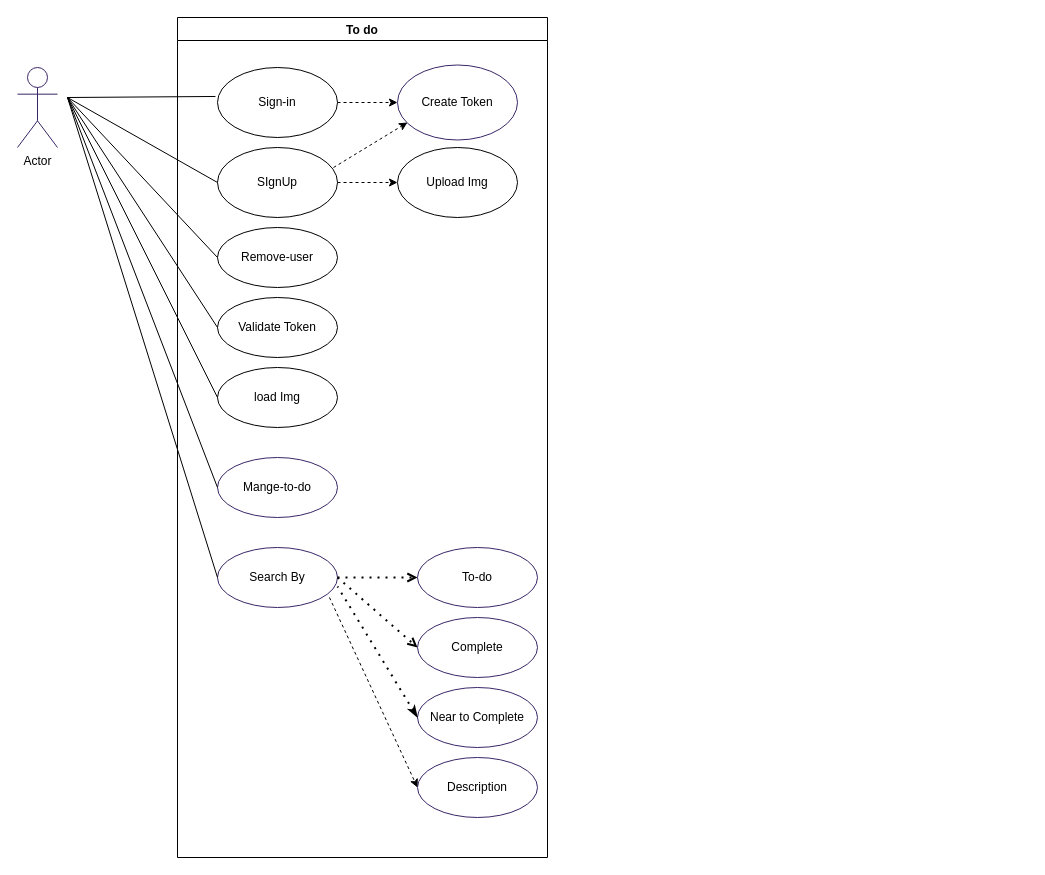
Earlier version of the draw.io diagram page "UseCase" (1 of 5) of Arquitecture/To-do-arquitecture.drawio (lectrapb/to-do-app). Source tidied: cells renumbered, new cells numbered last; positions are measured from the earlier drawing's top-left corner, leaving out a move shared by most shapes. Both pictures are drawn from the tidied source at 100%, with x=0, y=0 at pixel (17, 17).
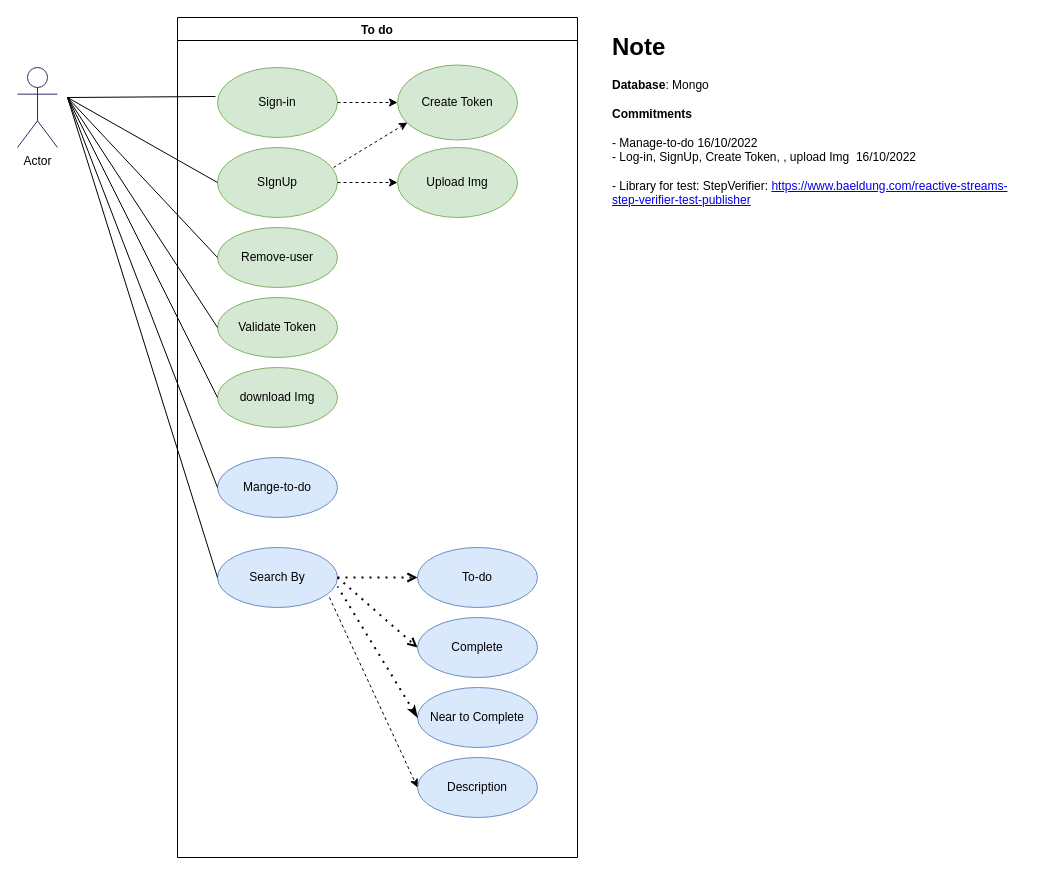
The same diagram, later.

What changed in the source:
```diff
@@
     <mxCell id="2" value="To do" style="swimlane;" parent="1" vertex="1">
-      <mxGeometry x="160" width="370" height="840" as="geometry" />
+      <mxGeometry x="160" width="400" height="840" as="geometry" />
     </mxCell>
-    <mxCell id="3" value="Sign-in" style="ellipse;whiteSpace=wrap;html=1;" parent="2" vertex="1">
+    <mxCell id="3" value="Sign-in" style="ellipse;whiteSpace=wrap;html=1;fillColor=#d5e8d4;strokeColor=#82b366;" parent="2" vertex="1">
       <mxGeometry x="40" y="50" width="120" height="70" as="geometry" />
     </mxCell>
-    <mxCell id="4" value="SIgnUp" style="ellipse;whiteSpace=wrap;html=1;" parent="2" vertex="1">
+    <mxCell id="4" value="SIgnUp" style="ellipse;whiteSpace=wrap;html=1;fillColor=#d5e8d4;strokeColor=#82b366;" parent="2" vertex="1">
       <mxGeometry x="40" y="130" width="120" height="70" as="geometry" />
     </mxCell>
-    <mxCell id="5" value="Validate Token" style="ellipse;whiteSpace=wrap;html=1;" parent="2" vertex="1">
+    <mxCell id="5" value="Validate Token" style="ellipse;whiteSpace=wrap;html=1;fillColor=#d5e8d4;strokeColor=#82b366;" parent="2" vertex="1">
       <mxGeometry x="40" y="280" width="120" height="60" as="geometry" />
     </mxCell>
-    <mxCell id="6" value="Create Token" style="ellipse;whiteSpace=wrap;html=1;strokeColor=#392666;" parent="2" vertex="1">
+    <mxCell id="6" value="Create Token" style="ellipse;whiteSpace=wrap;html=1;strokeColor=#82b366;fillColor=#d5e8d4;" parent="2" vertex="1">
       <mxGeometry x="220" y="47.5" width="120" height="75" as="geometry" />
     </mxCell>
-    <mxCell id="7" value="Upload Img" style="ellipse;whiteSpace=wrap;html=1;" parent="2" vertex="1">
+    <mxCell id="7" value="Upload Img" style="ellipse;whiteSpace=wrap;html=1;fillColor=#d5e8d4;strokeColor=#82b366;" parent="2" vertex="1">
       <mxGeometry x="220" y="130" width="120" height="70" as="geometry" />
     </mxCell>
-    <mxCell id="8" value="load Img" style="ellipse;whiteSpace=wrap;html=1;" parent="2" vertex="1">
+    <mxCell id="8" value="download Img" style="ellipse;whiteSpace=wrap;html=1;fillColor=#d5e8d4;strokeColor=#82b366;" parent="2" vertex="1">
       <mxGeometry x="40" y="350" width="120" height="60" as="geometry" />
     </mxCell>
@@
-    <mxCell id="12" value="Mange-to-do" style="ellipse;whiteSpace=wrap;html=1;strokeColor=#392666;" parent="2" vertex="1">
+    <mxCell id="12" value="Mange-to-do" style="ellipse;whiteSpace=wrap;html=1;strokeColor=#6c8ebf;fillColor=#dae8fc;" parent="2" vertex="1">
       <mxGeometry x="40" y="440" width="120" height="60" as="geometry" />
     </mxCell>
-    <mxCell id="13" value="Remove-user" style="ellipse;whiteSpace=wrap;html=1;" parent="2" vertex="1">
+    <mxCell id="13" value="Remove-user" style="ellipse;whiteSpace=wrap;html=1;fillColor=#d5e8d4;strokeColor=#82b366;" parent="2" vertex="1">
       <mxGeometry x="40" y="210" width="120" height="60" as="geometry" />
     </mxCell>
-    <mxCell id="14" value="Search By" style="ellipse;whiteSpace=wrap;html=1;strokeColor=#392666;" parent="2" vertex="1">
+    <mxCell id="14" value="Search By" style="ellipse;whiteSpace=wrap;html=1;strokeColor=#6c8ebf;fillColor=#dae8fc;" parent="2" vertex="1">
       <mxGeometry x="40" y="530" width="120" height="60" as="geometry" />
     </mxCell>
-    <mxCell id="15" value="To-do" style="ellipse;whiteSpace=wrap;html=1;strokeColor=#392666;" parent="2" vertex="1">
+    <mxCell id="15" value="To-do" style="ellipse;whiteSpace=wrap;html=1;strokeColor=#6c8ebf;fillColor=#dae8fc;" parent="2" vertex="1">
       <mxGeometry x="240" y="530" width="120" height="60" as="geometry" />
     </mxCell>
-    <mxCell id="16" value="Complete" style="ellipse;whiteSpace=wrap;html=1;strokeColor=#392666;" parent="2" vertex="1">
+    <mxCell id="16" value="Complete" style="ellipse;whiteSpace=wrap;html=1;strokeColor=#6c8ebf;fillColor=#dae8fc;" parent="2" vertex="1">
       <mxGeometry x="240" y="600" width="120" height="60" as="geometry" />
     </mxCell>
-    <mxCell id="17" value="Near to Complete" style="ellipse;whiteSpace=wrap;html=1;strokeColor=#392666;" parent="2" vertex="1">
+    <mxCell id="17" value="Near to Complete" style="ellipse;whiteSpace=wrap;html=1;strokeColor=#6c8ebf;fillColor=#dae8fc;" parent="2" vertex="1">
       <mxGeometry x="240" y="670" width="120" height="60" as="geometry" />
     </mxCell>
-    <mxCell id="18" value="Description" style="ellipse;whiteSpace=wrap;html=1;strokeColor=#392666;" parent="2" vertex="1">
+    <mxCell id="18" value="Description" style="ellipse;whiteSpace=wrap;html=1;strokeColor=#6c8ebf;fillColor=#dae8fc;" parent="2" vertex="1">
       <mxGeometry x="240" y="740" width="120" height="60" as="geometry" />
     </mxCell>
@@
+    <mxCell id="31" value="&lt;h1&gt;Note&lt;/h1&gt;&lt;div&gt;&lt;b&gt;Database&lt;/b&gt;: Mongo&lt;/div&gt;&lt;div&gt;&lt;br&gt;&lt;/div&gt;&lt;div&gt;&lt;b&gt;Commitments&lt;/b&gt;&lt;/div&gt;&lt;div&gt;&lt;span style=&quot;background-color: initial;&quot;&gt;&lt;br&gt;&lt;/span&gt;&lt;/div&gt;&lt;div&gt;&lt;span style=&quot;background-color: initial;&quot;&gt;- Manage-to-do 16/10/2022&lt;/span&gt;&lt;br&gt;&lt;/div&gt;&lt;div&gt;- Log-in, SignUp, Create Token, , upload Img&amp;nbsp; 16/10/2022&lt;/div&gt;&lt;br&gt;- Library for test: StepVerifier:&amp;nbsp;&lt;a href=&quot;https://www.baeldung.com/reactive-streams-step-verifier-test-publisher&quot;&gt;https://www.baeldung.com/reactive-streams-step-verifier-test-publisher&lt;/a&gt;" style="text;html=1;strokeColor=none;fillColor=none;spacing=5;spacingTop=-20;whiteSpace=wrap;overflow=hidden;rounded=0;" parent="1" vertex="1">
+      <mxGeometry x="590" y="10" width="420" height="200" as="geometry" />
+    </mxCell>
```
